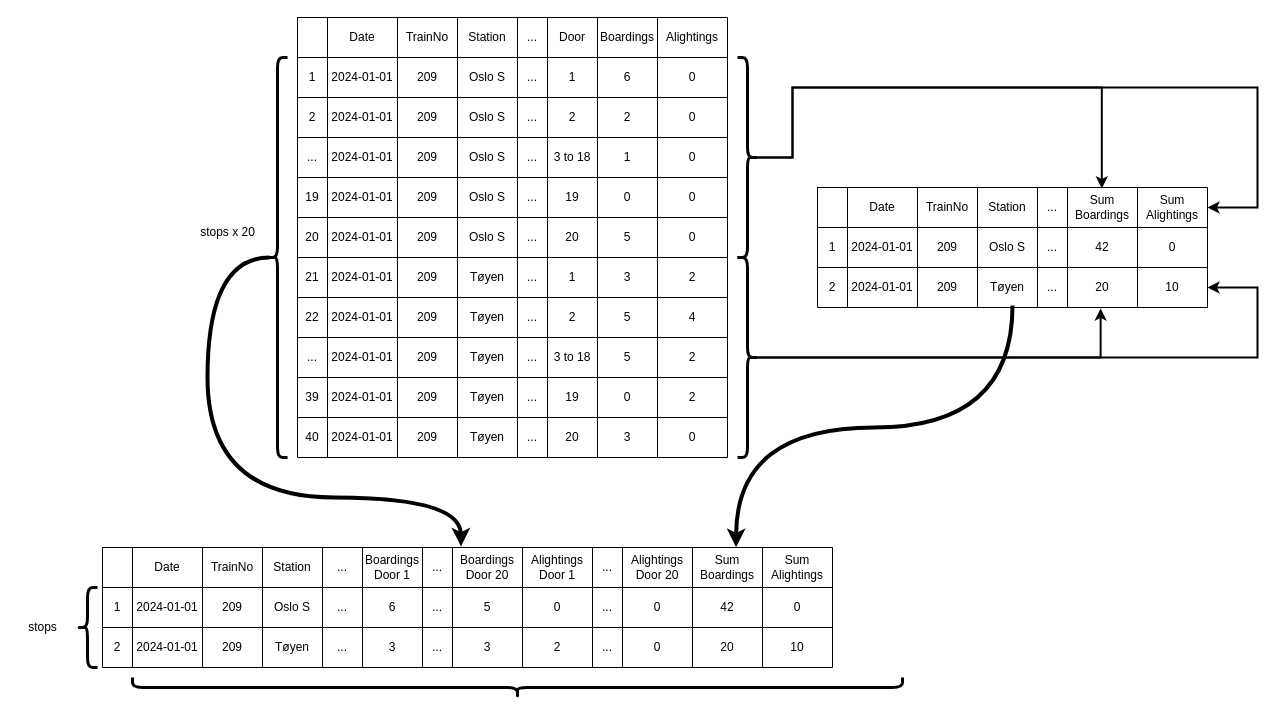
Above: page "Transformation" (3 of 3) of Untitled Diagram.drawio in andreasolborg/illustrations (draw.io), before the change. Source tidied: cells renumbered, new cells numbered last; positions are measured from the earlier drawing's top-left corner, leaving out a move shared by most shapes. Both pictures are drawn from the tidied source at 100%, with x=0, y=0 at pixel (17, 17).
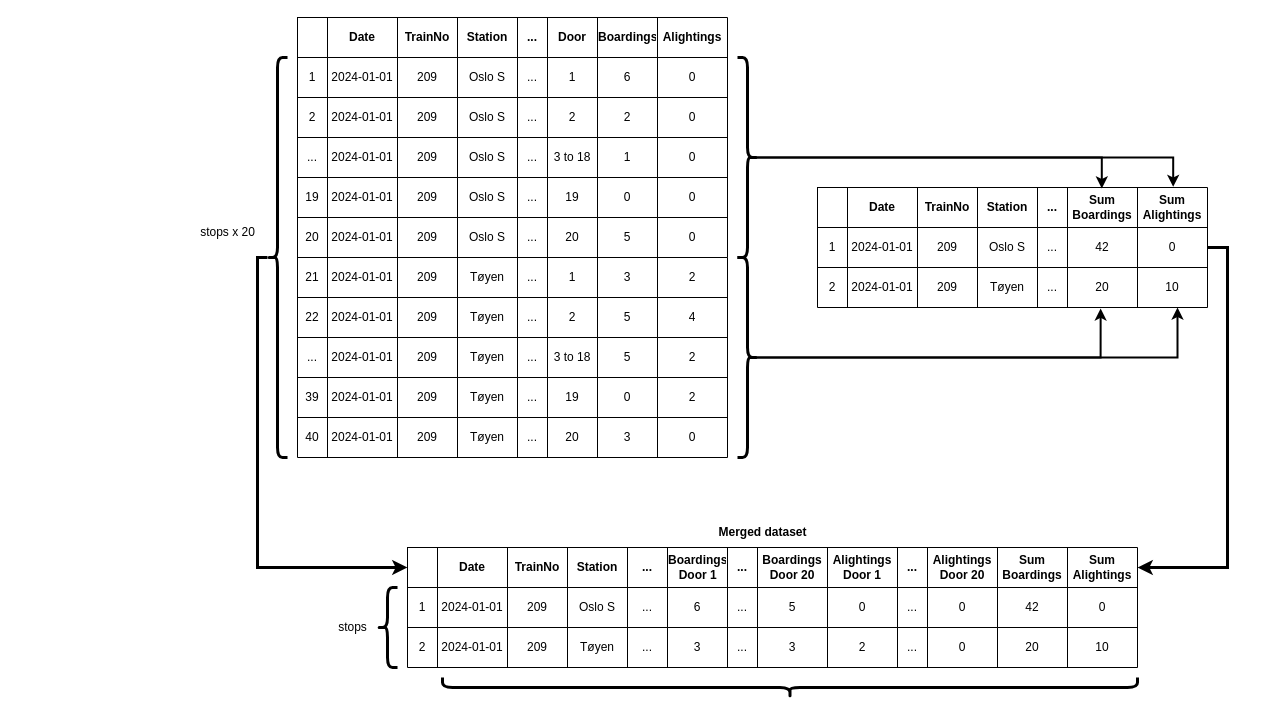
Above is the later version.

The change refers to these unchanged cells:
```xml
<mxCell id="3" style="shape=tableRow;horizontal=0;startSize=0;swimlaneHead=0;swimlaneBody=0;strokeColor=inherit;top=0;left=0;bottom=0;right=0;fillColor=none;points=[[0,0.5],[1,0.5]];portConstraint=eastwest;" parent="2" vertex="1">
  <mxGeometry width="730" height="40" as="geometry" />
</mxCell>
<mxCell id="47" style="shape=tableRow;horizontal=0;startSize=0;swimlaneHead=0;swimlaneBody=0;strokeColor=inherit;top=0;left=0;bottom=0;right=0;fillColor=none;" parent="46" vertex="1">
  <mxGeometry width="430" height="40" as="geometry" />
</mxCell>
<mxCell id="148" style="shape=curlyBracket;whiteSpace=wrap;html=1;rounded=1;labelPosition=left;verticalLabelPosition=middle;align=right;verticalAlign=middle;strokeWidth=3;perimeterSpacing=0;" parent="1" vertex="1">
  <mxGeometry x="250" y="40" width="20" height="400" as="geometry" />
</mxCell>
<mxCell id="154" style="shape=tableRow;horizontal=0;startSize=0;swimlaneHead=0;swimlaneBody=0;strokeColor=inherit;top=0;left=0;bottom=0;right=0;fillColor=none;points=[[0,0.5],[1,0.5]];portConstraint=eastwest;" parent="153" vertex="1">
  <mxGeometry width="390" height="40" as="geometry" />
</mxCell>
<mxCell id="162" style="shape=tableRow;horizontal=0;startSize=0;swimlaneHead=0;swimlaneBody=0;strokeColor=inherit;top=0;left=0;bottom=0;right=0;fillColor=none;points=[[0,0.5],[1,0.5]];portConstraint=eastwest;" parent="153" vertex="1">
  <mxGeometry y="40" width="390" height="40" as="geometry" />
</mxCell>
<mxCell id="170" style="shape=tableRow;horizontal=0;startSize=0;swimlaneHead=0;swimlaneBody=0;strokeColor=inherit;top=0;left=0;bottom=0;right=0;fillColor=none;points=[[0,0.5],[1,0.5]];portConstraint=eastwest;" parent="153" vertex="1">
  <mxGeometry y="80" width="390" height="40" as="geometry" />
</mxCell>
<mxCell id="179" style="shape=curlyBracket;whiteSpace=wrap;html=1;rounded=1;flipH=1;labelPosition=right;verticalLabelPosition=middle;align=left;verticalAlign=middle;strokeWidth=3;" parent="1" vertex="1">
  <mxGeometry x="720" y="40" width="20" height="200" as="geometry" />
</mxCell>
<mxCell id="180" style="shape=curlyBracket;whiteSpace=wrap;html=1;rounded=1;flipH=1;labelPosition=right;verticalLabelPosition=middle;align=left;verticalAlign=middle;strokeWidth=3;" parent="1" vertex="1">
  <mxGeometry x="720" y="240" width="20" height="200" as="geometry" />
</mxCell>
```

Diff of the diagram source:
```diff
@@
     <mxCell id="2" style="shape=table;startSize=0;childLayout=tableLayout;" parent="1" vertex="1">
-      <mxGeometry x="85" y="530" width="730" height="120" as="geometry" />
+      <mxGeometry x="390" y="530" width="730" height="120" as="geometry" />
     </mxCell>
@@
-    <mxCell id="5" value="Date" style="shape=partialRectangle;html=1;whiteSpace=wrap;strokeColor=inherit;overflow=hidden;fillColor=none;top=0;left=0;bottom=0;right=0;" parent="3" vertex="1">
+    <mxCell id="5" value="Date" style="shape=partialRectangle;html=1;whiteSpace=wrap;strokeColor=inherit;overflow=hidden;fillColor=none;top=0;left=0;bottom=0;right=0;fontStyle=1;" parent="3" vertex="1">
       <mxGeometry x="30" width="70" height="40" as="geometry" />
     </mxCell>
-    <mxCell id="6" value="TrainNo" style="shape=partialRectangle;html=1;whiteSpace=wrap;strokeColor=inherit;overflow=hidden;fillColor=none;top=0;left=0;bottom=0;right=0;" parent="3" vertex="1">
+    <mxCell id="6" value="TrainNo" style="shape=partialRectangle;html=1;whiteSpace=wrap;strokeColor=inherit;overflow=hidden;fillColor=none;top=0;left=0;bottom=0;right=0;fontStyle=1;" parent="3" vertex="1">
       <mxGeometry x="100" width="60" height="40" as="geometry" />
     </mxCell>
-    <mxCell id="7" value="Station" style="shape=partialRectangle;html=1;whiteSpace=wrap;strokeColor=inherit;overflow=hidden;fillColor=none;top=0;left=0;bottom=0;right=0;" parent="3" vertex="1">
+    <mxCell id="7" value="Station" style="shape=partialRectangle;html=1;whiteSpace=wrap;strokeColor=inherit;overflow=hidden;fillColor=none;top=0;left=0;bottom=0;right=0;fontStyle=1;" parent="3" vertex="1">
       <mxGeometry x="160" width="60" height="40" as="geometry" />
     </mxCell>
-    <mxCell id="8" value="..." style="shape=partialRectangle;html=1;whiteSpace=wrap;strokeColor=inherit;overflow=hidden;fillColor=none;top=0;left=0;bottom=0;right=0;" parent="3" vertex="1">
+    <mxCell id="8" value="..." style="shape=partialRectangle;html=1;whiteSpace=wrap;strokeColor=inherit;overflow=hidden;fillColor=none;top=0;left=0;bottom=0;right=0;fontStyle=1;" parent="3" vertex="1">
       <mxGeometry x="220" width="40" height="40" as="geometry" />
     </mxCell>
-    <mxCell id="9" value="Boardings Door 1" style="shape=partialRectangle;html=1;whiteSpace=wrap;strokeColor=inherit;overflow=hidden;fillColor=none;top=0;left=0;bottom=0;right=0;" parent="3" vertex="1">
+    <mxCell id="9" value="Boardings Door 1" style="shape=partialRectangle;html=1;whiteSpace=wrap;strokeColor=inherit;overflow=hidden;fillColor=none;top=0;left=0;bottom=0;right=0;fontStyle=1;" parent="3" vertex="1">
       <mxGeometry x="260" width="60" height="40" as="geometry" />
     </mxCell>
-    <mxCell id="10" value="..." style="shape=partialRectangle;html=1;whiteSpace=wrap;strokeColor=inherit;overflow=hidden;fillColor=none;top=0;left=0;bottom=0;right=0;" parent="3" vertex="1">
+    <mxCell id="10" value="..." style="shape=partialRectangle;html=1;whiteSpace=wrap;strokeColor=inherit;overflow=hidden;fillColor=none;top=0;left=0;bottom=0;right=0;fontStyle=1;" parent="3" vertex="1">
       <mxGeometry x="320" width="30" height="40" as="geometry" />
     </mxCell>
-    <mxCell id="11" value="Boardings Door 20" style="shape=partialRectangle;html=1;whiteSpace=wrap;strokeColor=inherit;overflow=hidden;fillColor=none;top=0;left=0;bottom=0;right=0;" parent="3" vertex="1">
+    <mxCell id="11" value="Boardings Door 20" style="shape=partialRectangle;html=1;whiteSpace=wrap;strokeColor=inherit;overflow=hidden;fillColor=none;top=0;left=0;bottom=0;right=0;fontStyle=1;" parent="3" vertex="1">
       <mxGeometry x="350" width="70" height="40" as="geometry" />
     </mxCell>
-    <mxCell id="12" value="Alightings Door 1" style="shape=partialRectangle;html=1;whiteSpace=wrap;strokeColor=inherit;overflow=hidden;fillColor=none;top=0;left=0;bottom=0;right=0;" parent="3" vertex="1">
+    <mxCell id="12" value="Alightings Door 1" style="shape=partialRectangle;html=1;whiteSpace=wrap;strokeColor=inherit;overflow=hidden;fillColor=none;top=0;left=0;bottom=0;right=0;fontStyle=1;" parent="3" vertex="1">
       <mxGeometry x="420" width="70" height="40" as="geometry" />
     </mxCell>
-    <mxCell id="13" value="..." style="shape=partialRectangle;html=1;whiteSpace=wrap;strokeColor=inherit;overflow=hidden;fillColor=none;top=0;left=0;bottom=0;right=0;" parent="3" vertex="1">
+    <mxCell id="13" value="..." style="shape=partialRectangle;html=1;whiteSpace=wrap;strokeColor=inherit;overflow=hidden;fillColor=none;top=0;left=0;bottom=0;right=0;fontStyle=1;" parent="3" vertex="1">
       <mxGeometry x="490" width="30" height="40" as="geometry" />
     </mxCell>
-    <mxCell id="14" value="Alightings Door 20" style="shape=partialRectangle;html=1;whiteSpace=wrap;strokeColor=inherit;overflow=hidden;fillColor=none;top=0;left=0;bottom=0;right=0;" parent="3" vertex="1">
+    <mxCell id="14" value="Alightings Door 20" style="shape=partialRectangle;html=1;whiteSpace=wrap;strokeColor=inherit;overflow=hidden;fillColor=none;top=0;left=0;bottom=0;right=0;fontStyle=1;" parent="3" vertex="1">
       <mxGeometry x="520" width="70" height="40" as="geometry" />
     </mxCell>
-    <mxCell id="15" value="Sum Boardings" style="shape=partialRectangle;html=1;whiteSpace=wrap;strokeColor=inherit;overflow=hidden;fillColor=none;top=0;left=0;bottom=0;right=0;" parent="3" vertex="1">
+    <mxCell id="15" value="Sum Boardings" style="shape=partialRectangle;html=1;whiteSpace=wrap;strokeColor=inherit;overflow=hidden;fillColor=none;top=0;left=0;bottom=0;right=0;fontStyle=1;" parent="3" vertex="1">
       <mxGeometry x="590" width="70" height="40" as="geometry" />
     </mxCell>
-    <mxCell id="16" value="Sum Alightings" style="shape=partialRectangle;html=1;whiteSpace=wrap;strokeColor=inherit;overflow=hidden;fillColor=none;top=0;left=0;bottom=0;right=0;" parent="3" vertex="1">
+    <mxCell id="16" value="Sum Alightings" style="shape=partialRectangle;html=1;whiteSpace=wrap;strokeColor=inherit;overflow=hidden;fillColor=none;top=0;left=0;bottom=0;right=0;fontStyle=1;" parent="3" vertex="1">
       <mxGeometry x="660" width="70" height="40" as="geometry" />
     </mxCell>
@@
-    <mxCell id="49" value="Date" style="shape=partialRectangle;html=1;whiteSpace=wrap;strokeColor=inherit;overflow=hidden;fillColor=none;top=0;left=0;bottom=0;right=0;" parent="47" vertex="1">
+    <mxCell id="49" value="Date" style="shape=partialRectangle;html=1;whiteSpace=wrap;strokeColor=inherit;overflow=hidden;fillColor=none;top=0;left=0;bottom=0;right=0;fontStyle=1;" parent="47" vertex="1">
       <mxGeometry x="30" width="70" height="40" as="geometry" />
     </mxCell>
-    <mxCell id="50" value="TrainNo" style="shape=partialRectangle;html=1;whiteSpace=wrap;strokeColor=inherit;overflow=hidden;fillColor=none;top=0;left=0;bottom=0;right=0;" parent="47" vertex="1">
+    <mxCell id="50" value="TrainNo" style="shape=partialRectangle;html=1;whiteSpace=wrap;strokeColor=inherit;overflow=hidden;fillColor=none;top=0;left=0;bottom=0;right=0;fontStyle=1;" parent="47" vertex="1">
       <mxGeometry x="100" width="60" height="40" as="geometry" />
     </mxCell>
-    <mxCell id="51" value="Station" style="shape=partialRectangle;html=1;whiteSpace=wrap;strokeColor=inherit;overflow=hidden;fillColor=none;top=0;left=0;bottom=0;right=0;" parent="47" vertex="1">
+    <mxCell id="51" value="Station" style="shape=partialRectangle;html=1;whiteSpace=wrap;strokeColor=inherit;overflow=hidden;fillColor=none;top=0;left=0;bottom=0;right=0;fontStyle=1;" parent="47" vertex="1">
       <mxGeometry x="160" width="60" height="40" as="geometry" />
     </mxCell>
-    <mxCell id="52" value="..." style="shape=partialRectangle;html=1;whiteSpace=wrap;strokeColor=inherit;overflow=hidden;fillColor=none;top=0;left=0;bottom=0;right=0;" parent="47" vertex="1">
+    <mxCell id="52" value="..." style="shape=partialRectangle;html=1;whiteSpace=wrap;strokeColor=inherit;overflow=hidden;fillColor=none;top=0;left=0;bottom=0;right=0;fontStyle=1;" parent="47" vertex="1">
       <mxGeometry x="220" width="30" height="40" as="geometry" />
     </mxCell>
-    <mxCell id="53" value="Door" style="shape=partialRectangle;html=1;whiteSpace=wrap;strokeColor=inherit;overflow=hidden;fillColor=none;top=0;left=0;bottom=0;right=0;" parent="47" vertex="1">
+    <mxCell id="53" value="Door" style="shape=partialRectangle;html=1;whiteSpace=wrap;strokeColor=inherit;overflow=hidden;fillColor=none;top=0;left=0;bottom=0;right=0;fontStyle=1;" parent="47" vertex="1">
       <mxGeometry x="250" width="50" height="40" as="geometry" />
     </mxCell>
-    <mxCell id="54" value="Boardings" style="shape=partialRectangle;html=1;whiteSpace=wrap;strokeColor=inherit;overflow=hidden;fillColor=none;top=0;left=0;bottom=0;right=0;" parent="47" vertex="1">
+    <mxCell id="54" value="Boardings" style="shape=partialRectangle;html=1;whiteSpace=wrap;strokeColor=inherit;overflow=hidden;fillColor=none;top=0;left=0;bottom=0;right=0;fontStyle=1;" parent="47" vertex="1">
       <mxGeometry x="300" width="60" height="40" as="geometry" />
     </mxCell>
-    <mxCell id="55" value="Alightings" style="shape=partialRectangle;html=1;whiteSpace=wrap;strokeColor=inherit;overflow=hidden;fillColor=none;top=0;left=0;bottom=0;right=0;" parent="47" vertex="1">
+    <mxCell id="55" value="Alightings" style="shape=partialRectangle;html=1;whiteSpace=wrap;strokeColor=inherit;overflow=hidden;fillColor=none;top=0;left=0;bottom=0;right=0;fontStyle=1;" parent="47" vertex="1">
       <mxGeometry x="360" width="70" height="40" as="geometry" />
     </mxCell>
@@
-    <mxCell id="147" style="edgeStyle=orthogonalEdgeStyle;rounded=0;jettySize=auto;html=1;entryX=0.491;entryY=-0.027;entryDx=0;entryDy=0;entryPerimeter=0;exitX=0.1;exitY=0.5;exitDx=0;exitDy=0;curved=1;strokeWidth=4;exitPerimeter=0;" parent="1" edge="1" source="148" target="3">
+    <mxCell id="147" style="edgeStyle=orthogonalEdgeStyle;rounded=0;jettySize=auto;html=1;entryX=0;entryY=0.5;entryDx=0;entryDy=0;strokeWidth=3;" parent="1" edge="1" source="148" target="3">
       <mxGeometry relative="1" as="geometry">
         <Array as="points">
-          <mxPoint x="190" y="240" />
-          <mxPoint x="190" y="480" />
-          <mxPoint x="443" y="480" />
+          <mxPoint x="240" y="240" />
+          <mxPoint x="240" y="550" />
         </Array>
       </mxGeometry>
     </mxCell>
@@
     <mxCell id="149" style="shape=curlyBracket;whiteSpace=wrap;html=1;rounded=1;labelPosition=left;verticalLabelPosition=middle;align=right;verticalAlign=middle;strokeWidth=3;perimeterSpacing=0;" parent="1" vertex="1">
-      <mxGeometry x="60" y="570" width="20" height="80" as="geometry" />
+      <mxGeometry x="360" y="570" width="20" height="80" as="geometry" />
     </mxCell>
     <mxCell id="150" style="shape=curlyBracket;whiteSpace=wrap;html=1;rounded=1;labelPosition=left;verticalLabelPosition=middle;align=right;verticalAlign=middle;strokeWidth=3;direction=north;perimeterSpacing=0;" parent="1" vertex="1">
-      <mxGeometry x="115" y="660" width="770" height="20" as="geometry" />
+      <mxGeometry x="425" y="660" width="695" height="20" as="geometry" />
     </mxCell>
@@
     <mxCell id="152" value="stops" style="text;html=1;align=center;verticalAlign=middle;strokeColor=none;fillColor=none;" parent="1" vertex="1">
-      <mxGeometry y="595" width="50" height="30" as="geometry" />
+      <mxGeometry x="310" y="595" width="50" height="30" as="geometry" />
     </mxCell>
@@
-    <mxCell id="156" value="Date" style="shape=partialRectangle;html=1;whiteSpace=wrap;strokeColor=inherit;overflow=hidden;fillColor=none;top=0;left=0;bottom=0;right=0;" parent="154" vertex="1">
+    <mxCell id="156" value="Date" style="shape=partialRectangle;html=1;whiteSpace=wrap;strokeColor=inherit;overflow=hidden;fillColor=none;top=0;left=0;bottom=0;right=0;fontStyle=1;" parent="154" vertex="1">
       <mxGeometry x="30" width="70" height="40" as="geometry" />
     </mxCell>
-    <mxCell id="157" value="TrainNo" style="shape=partialRectangle;html=1;whiteSpace=wrap;strokeColor=inherit;overflow=hidden;fillColor=none;top=0;left=0;bottom=0;right=0;" parent="154" vertex="1">
+    <mxCell id="157" value="TrainNo" style="shape=partialRectangle;html=1;whiteSpace=wrap;strokeColor=inherit;overflow=hidden;fillColor=none;top=0;left=0;bottom=0;right=0;fontStyle=1;" parent="154" vertex="1">
       <mxGeometry x="100" width="60" height="40" as="geometry" />
     </mxCell>
-    <mxCell id="158" value="Station" style="shape=partialRectangle;html=1;whiteSpace=wrap;strokeColor=inherit;overflow=hidden;fillColor=none;top=0;left=0;bottom=0;right=0;" parent="154" vertex="1">
+    <mxCell id="158" value="Station" style="shape=partialRectangle;html=1;whiteSpace=wrap;strokeColor=inherit;overflow=hidden;fillColor=none;top=0;left=0;bottom=0;right=0;fontStyle=1;" parent="154" vertex="1">
       <mxGeometry x="160" width="60" height="40" as="geometry" />
     </mxCell>
-    <mxCell id="159" value="..." style="shape=partialRectangle;html=1;whiteSpace=wrap;strokeColor=inherit;overflow=hidden;fillColor=none;top=0;left=0;bottom=0;right=0;" parent="154" vertex="1">
+    <mxCell id="159" value="..." style="shape=partialRectangle;html=1;whiteSpace=wrap;strokeColor=inherit;overflow=hidden;fillColor=none;top=0;left=0;bottom=0;right=0;fontStyle=1;" parent="154" vertex="1">
       <mxGeometry x="220" width="30" height="40" as="geometry" />
     </mxCell>
-    <mxCell id="160" value="Sum Boardings" style="shape=partialRectangle;html=1;whiteSpace=wrap;strokeColor=inherit;overflow=hidden;fillColor=none;top=0;left=0;bottom=0;right=0;" parent="154" vertex="1">
+    <mxCell id="160" value="Sum Boardings" style="shape=partialRectangle;html=1;whiteSpace=wrap;strokeColor=inherit;overflow=hidden;fillColor=none;top=0;left=0;bottom=0;right=0;fontStyle=1;" parent="154" vertex="1">
       <mxGeometry x="250" width="70" height="40" as="geometry" />
     </mxCell>
-    <mxCell id="161" value="Sum Alightings" style="shape=partialRectangle;html=1;whiteSpace=wrap;strokeColor=inherit;overflow=hidden;fillColor=none;top=0;left=0;bottom=0;right=0;" parent="154" vertex="1">
+    <mxCell id="161" value="Sum Alightings" style="shape=partialRectangle;html=1;whiteSpace=wrap;strokeColor=inherit;overflow=hidden;fillColor=none;top=0;left=0;bottom=0;right=0;fontStyle=1;" parent="154" vertex="1">
       <mxGeometry x="320" width="70" height="40" as="geometry" />
     </mxCell>
@@
-    <mxCell id="178" style="edgeStyle=orthogonalEdgeStyle;rounded=0;jettySize=auto;html=1;exitX=0.5;exitY=0.95;exitDx=0;exitDy=0;entryX=0.868;entryY=-0.006;entryDx=0;entryDy=0;entryPerimeter=0;curved=1;exitPerimeter=0;strokeWidth=4;" parent="1" edge="1" source="170" target="3">
-      <mxGeometry relative="1" as="geometry">
-        <Array as="points">
-          <mxPoint x="995" y="410" />
-          <mxPoint x="719" y="410" />
-        </Array>
-      </mxGeometry>
-    </mxCell>
@@
     <mxCell id="181" style="edgeStyle=orthogonalEdgeStyle;rounded=0;jettySize=auto;html=1;exitX=0.1;exitY=0.5;exitDx=0;exitDy=0;exitPerimeter=0;entryX=0.729;entryY=0.024;entryDx=0;entryDy=0;entryPerimeter=0;strokeWidth=2;" parent="1" edge="1" source="179" target="154">
       <mxGeometry relative="1" as="geometry">
         <Array as="points">
-          <mxPoint x="775" y="140" />
-          <mxPoint x="775" y="70" />
-          <mxPoint x="1084" y="70" />
+          <mxPoint x="1084" y="140" />
         </Array>
       </mxGeometry>
     </mxCell>
-    <mxCell id="182" style="edgeStyle=orthogonalEdgeStyle;rounded=0;jettySize=auto;html=1;exitX=0.1;exitY=0.5;exitDx=0;exitDy=0;exitPerimeter=0;entryX=1;entryY=0.5;entryDx=0;entryDy=0;strokeWidth=2;" parent="1" edge="1" source="179" target="154">
+    <mxCell id="182" style="edgeStyle=orthogonalEdgeStyle;rounded=0;jettySize=auto;html=1;exitX=0.1;exitY=0.5;exitDx=0;exitDy=0;exitPerimeter=0;entryX=0.912;entryY=-0.016;entryDx=0;entryDy=0;strokeWidth=2;entryPerimeter=0;" parent="1" edge="1" source="179" target="154">
       <mxGeometry relative="1" as="geometry">
         <Array as="points">
-          <mxPoint x="775" y="140" />
-          <mxPoint x="775" y="70" />
-          <mxPoint x="1240" y="70" />
-          <mxPoint x="1240" y="190" />
+          <mxPoint x="1156" y="140" />
         </Array>
       </mxGeometry>
     </mxCell>
-    <mxCell id="183" style="edgeStyle=orthogonalEdgeStyle;rounded=0;jettySize=auto;html=1;exitX=0.1;exitY=0.5;exitDx=0;exitDy=0;exitPerimeter=0;entryX=1;entryY=0.5;entryDx=0;entryDy=0;strokeWidth=2;" parent="1" edge="1" source="180" target="170">
+    <mxCell id="183" style="edgeStyle=orthogonalEdgeStyle;rounded=0;jettySize=auto;html=1;exitX=0.1;exitY=0.5;exitDx=0;exitDy=0;exitPerimeter=0;strokeWidth=2;" parent="1" edge="1" source="180">
       <mxGeometry relative="1" as="geometry">
+        <mxPoint x="1160" y="290" as="targetPoint" />
         <Array as="points">
-          <mxPoint x="1240" y="340" />
-          <mxPoint x="1240" y="270" />
+          <mxPoint x="1160" y="340" />
         </Array>
       </mxGeometry>
     </mxCell>
@@
+    <mxCell id="185" style="edgeStyle=orthogonalEdgeStyle;rounded=0;jettySize=auto;html=1;exitX=1;exitY=0.5;exitDx=0;exitDy=0;strokeWidth=3;" parent="1" edge="1" source="162" target="3">
+      <mxGeometry relative="1" as="geometry" />
+    </mxCell>
+    <mxCell id="186" value="&lt;b&gt;Merged dataset&lt;/b&gt;" style="text;html=1;align=center;verticalAlign=middle;strokeColor=none;fillColor=none;" parent="1" vertex="1">
+      <mxGeometry x="690" y="500" width="110" height="30" as="geometry" />
+    </mxCell>
```
